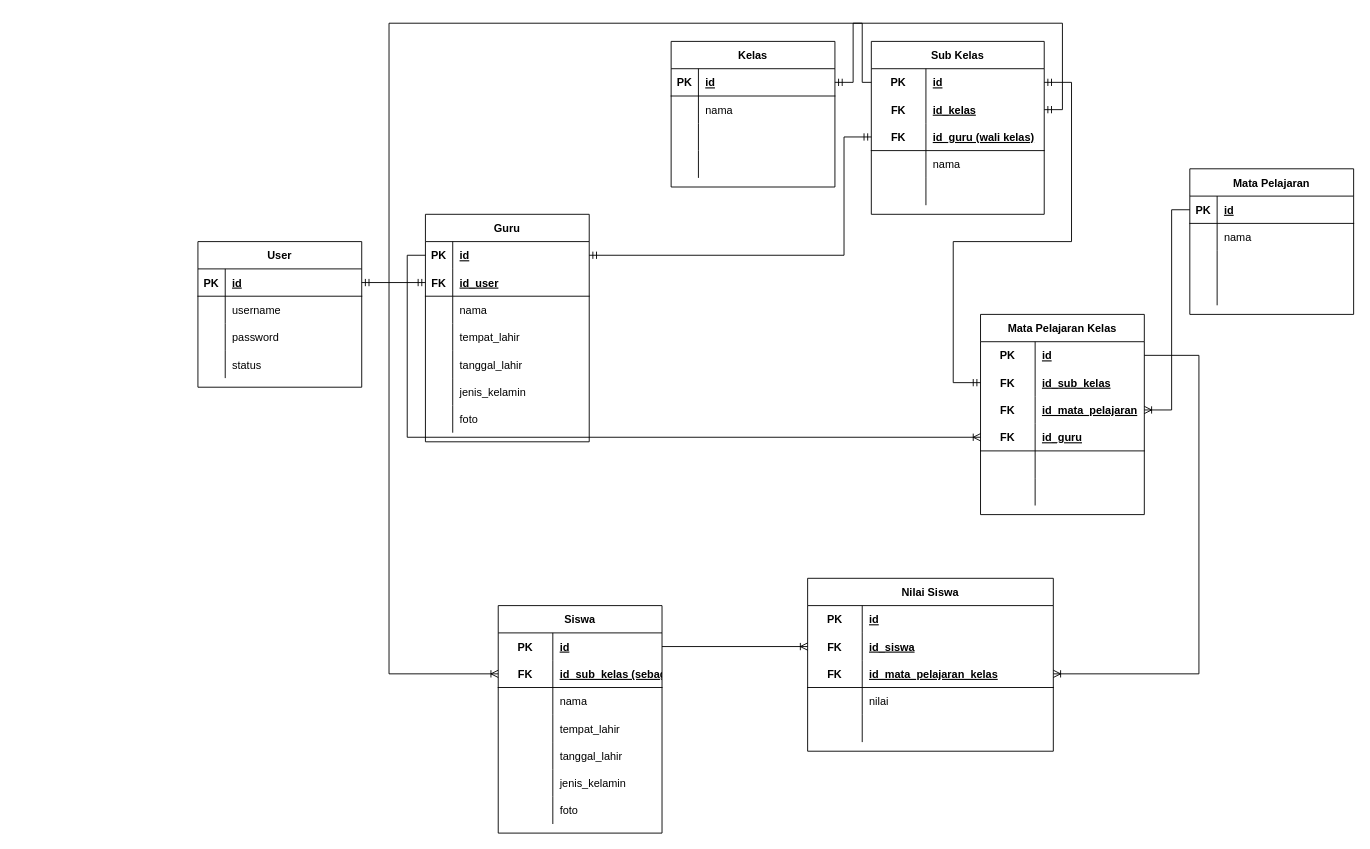
Before: db/Database Schema.drawio in yafizh/e-rapot, a draw.io diagram. Source tidied: cells renumbered, new cells numbered last; positions are measured from the earlier drawing's top-left corner, leaving out a move shared by most shapes. Both pictures are drawn from the tidied source at 91%, with x=0, y=0 at pixel (197, 23).
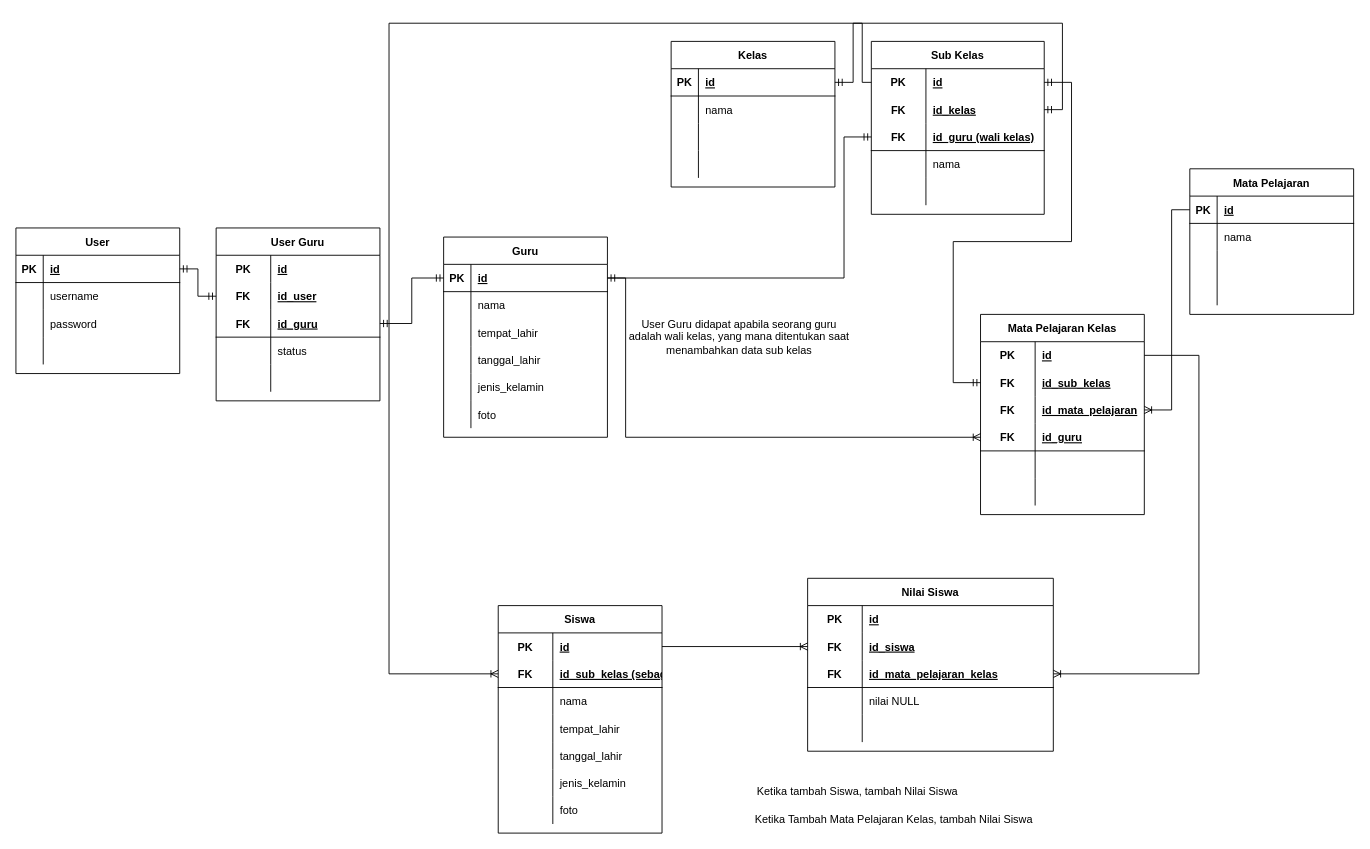
The same page after the edit.

Commit message (it also covers changes not shown here):
update database schema

The change refers to these unchanged cells:
```xml
<mxCell id="3" style="shape=tableRow;horizontal=0;startSize=0;swimlaneHead=0;swimlaneBody=0;fillColor=none;points=[[0,0.5],[1,0.5]];portConstraint=eastwest;top=0;left=0;right=0;bottom=1;" parent="2" vertex="1">
  <mxGeometry y="30" width="180" height="30" as="geometry" />
</mxCell>
<mxCell id="12" style="shape=tableRow;horizontal=0;startSize=0;swimlaneHead=0;swimlaneBody=0;fillColor=none;top=0;left=0;right=0;bottom=0;" parent="2" vertex="1">
  <mxGeometry y="120" width="180" height="30" as="geometry" />
</mxCell>
<mxCell id="60" style="shape=tableRow;horizontal=0;startSize=0;swimlaneHead=0;swimlaneBody=0;fillColor=none;points=[[0,0.5],[1,0.5]];portConstraint=eastwest;top=0;left=0;right=0;bottom=1;" parent="50" vertex="1">
  <mxGeometry y="120" width="180" height="30" as="geometry" />
</mxCell>
<mxCell id="77" style="shape=tableRow;horizontal=0;startSize=0;swimlaneHead=0;swimlaneBody=0;fillColor=none;points=[[0,0.5],[1,0.5]];portConstraint=eastwest;top=0;left=0;right=0;bottom=1;" parent="70" vertex="1">
  <mxGeometry y="90" width="190" height="30" as="geometry" />
</mxCell>
<mxCell id="113" style="shape=tableRow;horizontal=0;startSize=0;swimlaneHead=0;swimlaneBody=0;fillColor=none;top=0;left=0;right=0;bottom=0;" parent="103" vertex="1">
  <mxGeometry y="120" width="270" height="30" as="geometry" />
</mxCell>
```

The edit, as a diff of the source:
```diff
@@
     <mxCell id="2" value="User" style="shape=table;startSize=30;childLayout=tableLayout;rowLines=0;fontStyle=1;align=center;" parent="1" vertex="1">
-      <mxGeometry y="240" width="180" height="160" as="geometry" />
+      <mxGeometry x="-200" y="225" width="180" height="160" as="geometry" />
     </mxCell>
@@
-    <mxCell id="14" value="status" style="shape=partialRectangle;fillColor=none;top=0;left=0;bottom=0;right=0;align=left;spacingLeft=6;overflow=hidden;" parent="12" vertex="1">
+    <mxCell id="14" style="shape=partialRectangle;fillColor=none;top=0;left=0;bottom=0;right=0;align=left;spacingLeft=6;overflow=hidden;" parent="12" vertex="1">
       <mxGeometry x="30" width="150" height="30" as="geometry" />
     </mxCell>
     <mxCell id="15" value="Guru" style="shape=table;startSize=30;childLayout=tableLayout;rowLines=0;fontStyle=1;align=center;" parent="1" vertex="1">
-      <mxGeometry x="250" y="210" width="180" height="250" as="geometry" />
+      <mxGeometry x="270" y="235" width="180" height="220" as="geometry" />
     </mxCell>
-    <mxCell id="16" style="shape=tableRow;horizontal=0;startSize=0;swimlaneHead=0;swimlaneBody=0;fillColor=none;points=[[0,0.5],[1,0.5]];portConstraint=eastwest;top=0;left=0;right=0;bottom=1;strokeColor=none;" parent="15" vertex="1">
+    <mxCell id="16" style="shape=tableRow;horizontal=0;startSize=0;swimlaneHead=0;swimlaneBody=0;fillColor=none;points=[[0,0.5],[1,0.5]];portConstraint=eastwest;top=0;left=0;right=0;bottom=1;strokeColor=default;" parent="15" vertex="1">
       <mxGeometry y="30" width="180" height="30" as="geometry" />
     </mxCell>
@@
-    <mxCell id="19" style="shape=tableRow;horizontal=0;startSize=0;swimlaneHead=0;swimlaneBody=0;fillColor=none;points=[[0,0.5],[1,0.5]];portConstraint=eastwest;top=0;left=0;right=0;bottom=1;" parent="15" vertex="1">
-      <mxGeometry y="60" width="180" height="30" as="geometry" />
-    </mxCell>
-    <mxCell id="20" value="FK" style="shape=partialRectangle;fillColor=none;top=0;left=0;bottom=0;right=0;fontStyle=1;overflow=hidden;" parent="19" vertex="1">
-      <mxGeometry width="30" height="30" as="geometry" />
-    </mxCell>
-    <mxCell id="21" value="id_user" style="shape=partialRectangle;fillColor=none;top=0;left=0;bottom=0;right=0;align=left;spacingLeft=6;fontStyle=5;overflow=hidden;" parent="19" vertex="1">
-      <mxGeometry x="30" width="150" height="30" as="geometry" />
-    </mxCell>
     <mxCell id="22" style="shape=tableRow;horizontal=0;startSize=0;swimlaneHead=0;swimlaneBody=0;fillColor=none;top=0;left=0;right=0;bottom=0;" parent="15" vertex="1">
-      <mxGeometry y="90" width="180" height="30" as="geometry" />
+      <mxGeometry y="60" width="180" height="30" as="geometry" />
     </mxCell>
@@
     <mxCell id="25" style="shape=tableRow;horizontal=0;startSize=0;swimlaneHead=0;swimlaneBody=0;fillColor=none;top=0;left=0;right=0;bottom=0;" parent="15" vertex="1">
-      <mxGeometry y="120" width="180" height="30" as="geometry" />
+      <mxGeometry y="90" width="180" height="30" as="geometry" />
     </mxCell>
@@
     <mxCell id="28" style="shape=tableRow;horizontal=0;startSize=0;swimlaneHead=0;swimlaneBody=0;fillColor=none;top=0;left=0;right=0;bottom=0;" parent="15" vertex="1">
-      <mxGeometry y="150" width="180" height="30" as="geometry" />
+      <mxGeometry y="120" width="180" height="30" as="geometry" />
     </mxCell>
@@
     <mxCell id="31" style="shape=tableRow;horizontal=0;startSize=0;swimlaneHead=0;swimlaneBody=0;fillColor=none;top=0;left=0;right=0;bottom=0;" parent="15" vertex="1">
-      <mxGeometry y="180" width="180" height="30" as="geometry" />
+      <mxGeometry y="150" width="180" height="30" as="geometry" />
     </mxCell>
@@
     <mxCell id="34" style="shape=tableRow;horizontal=0;startSize=0;swimlaneHead=0;swimlaneBody=0;fillColor=none;top=0;left=0;right=0;bottom=0;" parent="15" vertex="1">
-      <mxGeometry y="210" width="180" height="30" as="geometry" />
+      <mxGeometry y="180" width="180" height="30" as="geometry" />
     </mxCell>
@@
     <mxCell id="69" style="edgeStyle=orthogonalEdgeStyle;rounded=0;jettySize=auto;html=1;entryX=0;entryY=0.5;entryDx=0;entryDy=0;endArrow=ERmandOne;endFill=0;startArrow=ERmandOne;startFill=0;exitX=1;exitY=0.5;exitDx=0;exitDy=0;" parent="1" edge="1" source="16" target="77">
       <mxGeometry relative="1" as="geometry">
         <Array as="points">
-          <mxPoint x="710" y="255" />
+          <mxPoint x="460" y="280" />
+          <mxPoint x="710" y="280" />
           <mxPoint x="710" y="125" />
         </Array>
       </mxGeometry>
     </mxCell>
@@
-    <mxCell id="102" style="edgeStyle=orthogonalEdgeStyle;rounded=0;jettySize=auto;html=1;entryX=0;entryY=0.5;entryDx=0;entryDy=0;startArrow=none;startFill=0;endArrow=ERoneToMany;endFill=0;exitX=0;exitY=0.5;exitDx=0;exitDy=0;" parent="1" edge="1" source="16" target="60">
+    <mxCell id="102" style="edgeStyle=orthogonalEdgeStyle;rounded=0;jettySize=auto;html=1;entryX=0;entryY=0.5;entryDx=0;entryDy=0;startArrow=none;startFill=0;endArrow=ERoneToMany;endFill=0;exitX=1;exitY=0.5;exitDx=0;exitDy=0;" parent="1" edge="1" source="16" target="60">
       <mxGeometry relative="1" as="geometry">
         <Array as="points">
-          <mxPoint x="230" y="255" />
-          <mxPoint x="230" y="455" />
+          <mxPoint x="470" y="280" />
+          <mxPoint x="470" y="455" />
         </Array>
       </mxGeometry>
     </mxCell>
@@
-    <mxCell id="115" value="nilai" style="shape=partialRectangle;fillColor=none;top=0;left=0;bottom=0;right=0;align=left;spacingLeft=6;overflow=hidden;" parent="113" vertex="1">
+    <mxCell id="115" value="nilai NULL" style="shape=partialRectangle;fillColor=none;top=0;left=0;bottom=0;right=0;align=left;spacingLeft=6;overflow=hidden;" parent="113" vertex="1">
       <mxGeometry x="60" width="210" height="30" as="geometry" />
     </mxCell>
@@
-    <mxCell id="144" style="edgeStyle=orthogonalEdgeStyle;rounded=0;jettySize=auto;html=1;entryX=0;entryY=0.5;entryDx=0;entryDy=0;startArrow=ERmandOne;startFill=0;endArrow=ERmandOne;endFill=0;" parent="1" edge="1" source="3" target="19">
+    <mxCell id="144" style="edgeStyle=orthogonalEdgeStyle;rounded=0;jettySize=auto;html=1;entryX=0;entryY=0.5;entryDx=0;entryDy=0;startArrow=ERmandOne;startFill=0;endArrow=ERmandOne;endFill=0;" parent="1" edge="1" source="3" target="151">
       <mxGeometry relative="1" as="geometry" />
     </mxCell>
+    <mxCell id="145" value="Ketika tambah Siswa, tambah Nilai Siswa" style="text;html=1;strokeColor=none;fillColor=none;align=center;verticalAlign=middle;whiteSpace=wrap;rounded=0;" parent="1" vertex="1">
+      <mxGeometry x="600" y="830" width="250" height="30" as="geometry" />
+    </mxCell>
+    <mxCell id="146" value="Ketika Tambah Mata Pelajaran Kelas, tambah Nilai Siswa" style="text;html=1;strokeColor=none;fillColor=none;align=center;verticalAlign=middle;whiteSpace=wrap;rounded=0;" parent="1" vertex="1">
+      <mxGeometry x="610" y="860" width="310" height="30" as="geometry" />
+    </mxCell>
+    <mxCell id="147" value="User Guru" style="shape=table;startSize=30;childLayout=tableLayout;rowLines=0;fontStyle=1;align=center;" parent="1" vertex="1">
+      <mxGeometry x="20" y="225" width="180" height="190" as="geometry" />
+    </mxCell>
+    <mxCell id="148" style="shape=tableRow;horizontal=0;startSize=0;swimlaneHead=0;swimlaneBody=0;fillColor=none;top=0;left=0;right=0;bottom=0;" parent="147" vertex="1">
+      <mxGeometry y="30" width="180" height="30" as="geometry" />
+    </mxCell>
+    <mxCell id="149" value="PK" style="shape=partialRectangle;fillColor=none;top=0;left=0;bottom=0;right=0;fontStyle=1;overflow=hidden;" parent="148" vertex="1">
+      <mxGeometry width="60" height="30" as="geometry" />
+    </mxCell>
+    <mxCell id="150" value="id" style="shape=partialRectangle;fillColor=none;top=0;left=0;bottom=0;right=0;align=left;spacingLeft=6;fontStyle=5;overflow=hidden;" parent="148" vertex="1">
+      <mxGeometry x="60" width="120" height="30" as="geometry" />
+    </mxCell>
+    <mxCell id="151" style="shape=tableRow;horizontal=0;startSize=0;swimlaneHead=0;swimlaneBody=0;fillColor=none;points=[[0,0.5],[1,0.5]];portConstraint=eastwest;top=0;left=0;right=0;bottom=0;" parent="147" vertex="1">
+      <mxGeometry y="60" width="180" height="30" as="geometry" />
+    </mxCell>
+    <mxCell id="152" value="FK" style="shape=partialRectangle;fillColor=none;top=0;left=0;bottom=0;right=0;fontStyle=1;overflow=hidden;" parent="151" vertex="1">
+      <mxGeometry width="60" height="30" as="geometry" />
+    </mxCell>
+    <mxCell id="21" value="id_user" style="shape=partialRectangle;fillColor=none;top=0;left=0;bottom=0;right=0;align=left;spacingLeft=6;fontStyle=5;overflow=hidden;" parent="151" vertex="1">
+      <mxGeometry x="60" width="120" height="30" as="geometry" />
+    </mxCell>
+    <mxCell id="153" style="shape=tableRow;horizontal=0;startSize=0;swimlaneHead=0;swimlaneBody=0;fillColor=none;points=[[0,0.5],[1,0.5]];portConstraint=eastwest;top=0;left=0;right=0;bottom=1;" parent="147" vertex="1">
+      <mxGeometry y="90" width="180" height="30" as="geometry" />
+    </mxCell>
+    <mxCell id="154" value="FK" style="shape=partialRectangle;fillColor=none;top=0;left=0;bottom=0;right=0;fontStyle=1;overflow=hidden;" parent="153" vertex="1">
+      <mxGeometry width="60" height="30" as="geometry" />
+    </mxCell>
+    <mxCell id="155" value="id_guru" style="shape=partialRectangle;fillColor=none;top=0;left=0;bottom=0;right=0;align=left;spacingLeft=6;fontStyle=5;overflow=hidden;" parent="153" vertex="1">
+      <mxGeometry x="60" width="120" height="30" as="geometry" />
+    </mxCell>
+    <mxCell id="156" style="shape=tableRow;horizontal=0;startSize=0;swimlaneHead=0;swimlaneBody=0;fillColor=none;top=0;left=0;right=0;bottom=0;" parent="147" vertex="1">
+      <mxGeometry y="120" width="180" height="30" as="geometry" />
+    </mxCell>
+    <mxCell id="157" style="shape=partialRectangle;fillColor=none;top=0;left=0;bottom=0;right=0;overflow=hidden;" parent="156" vertex="1">
+      <mxGeometry width="60" height="30" as="geometry" />
+    </mxCell>
+    <mxCell id="158" value="status" style="shape=partialRectangle;fillColor=none;top=0;left=0;bottom=0;right=0;align=left;spacingLeft=6;overflow=hidden;" parent="156" vertex="1">
+      <mxGeometry x="60" width="120" height="30" as="geometry" />
+    </mxCell>
+    <mxCell id="159" style="shape=tableRow;horizontal=0;startSize=0;swimlaneHead=0;swimlaneBody=0;fillColor=none;top=0;left=0;right=0;bottom=0;" parent="147" vertex="1">
+      <mxGeometry y="150" width="180" height="30" as="geometry" />
+    </mxCell>
+    <mxCell id="160" style="shape=partialRectangle;fillColor=none;top=0;left=0;bottom=0;right=0;overflow=hidden;" parent="159" vertex="1">
+      <mxGeometry width="60" height="30" as="geometry" />
+    </mxCell>
+    <mxCell id="161" style="shape=partialRectangle;fillColor=none;top=0;left=0;bottom=0;right=0;align=left;spacingLeft=6;overflow=hidden;" parent="159" vertex="1">
+      <mxGeometry x="60" width="120" height="30" as="geometry" />
+    </mxCell>
+    <mxCell id="162" style="edgeStyle=orthogonalEdgeStyle;rounded=0;jettySize=auto;html=1;entryX=0;entryY=0.5;entryDx=0;entryDy=0;startArrow=ERmandOne;startFill=0;endArrow=ERmandOne;endFill=0;exitX=1;exitY=0.5;exitDx=0;exitDy=0;" parent="1" edge="1" source="153" target="16">
+      <mxGeometry relative="1" as="geometry" />
+    </mxCell>
+    <mxCell id="163" value="User Guru didapat apabila seorang guru adalah wali kelas, yang mana ditentukan saat menambahkan data sub kelas" style="text;html=1;strokeColor=none;fillColor=none;align=center;verticalAlign=middle;whiteSpace=wrap;rounded=0;" parent="1" vertex="1">
+      <mxGeometry x="470" y="330" width="250" height="30" as="geometry" />
+    </mxCell>
```
